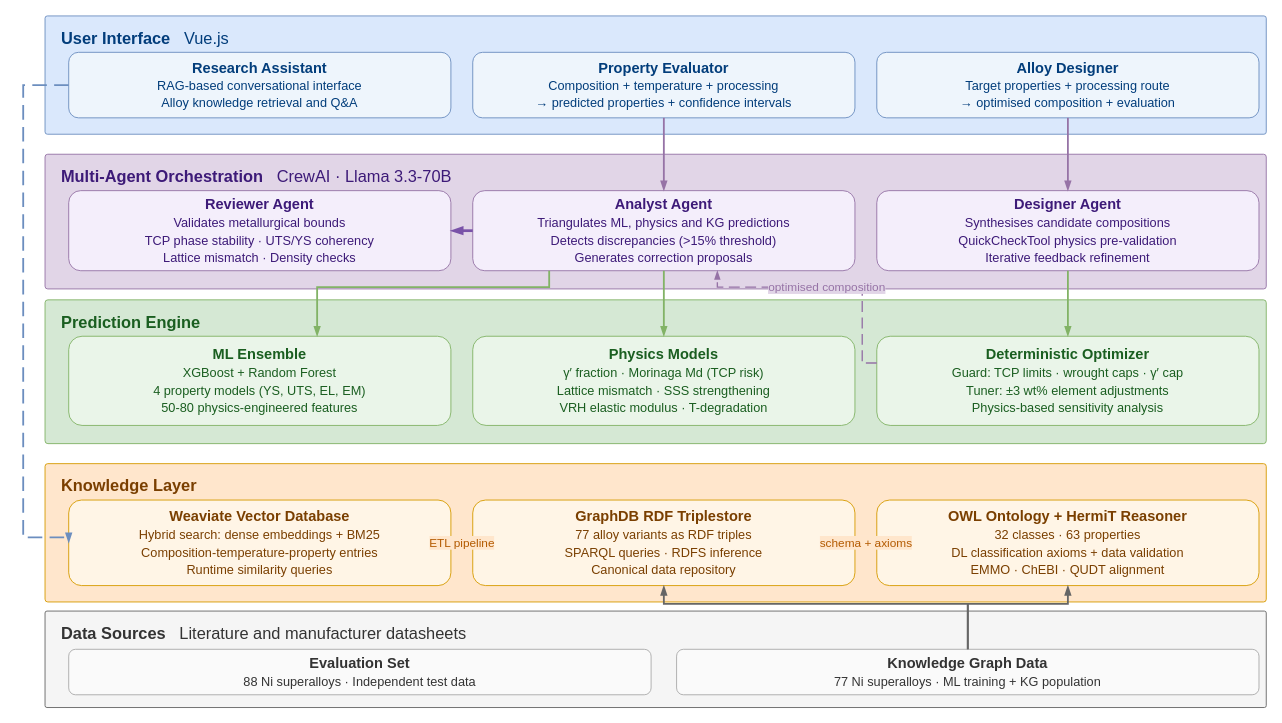
AlexLecu/AlloyGraph keeps this draw.io diagram as docs/paper/figures/fig1_system_architecture_big.drawio. Above is the earlier version. Source tidied: cells renumbered, new cells numbered last; positions are measured from the earlier drawing's top-left corner, leaving out a move shared by most shapes. Both pictures are drawn from the tidied source at 91%, with x=0, y=0 at pixel (23, 15).
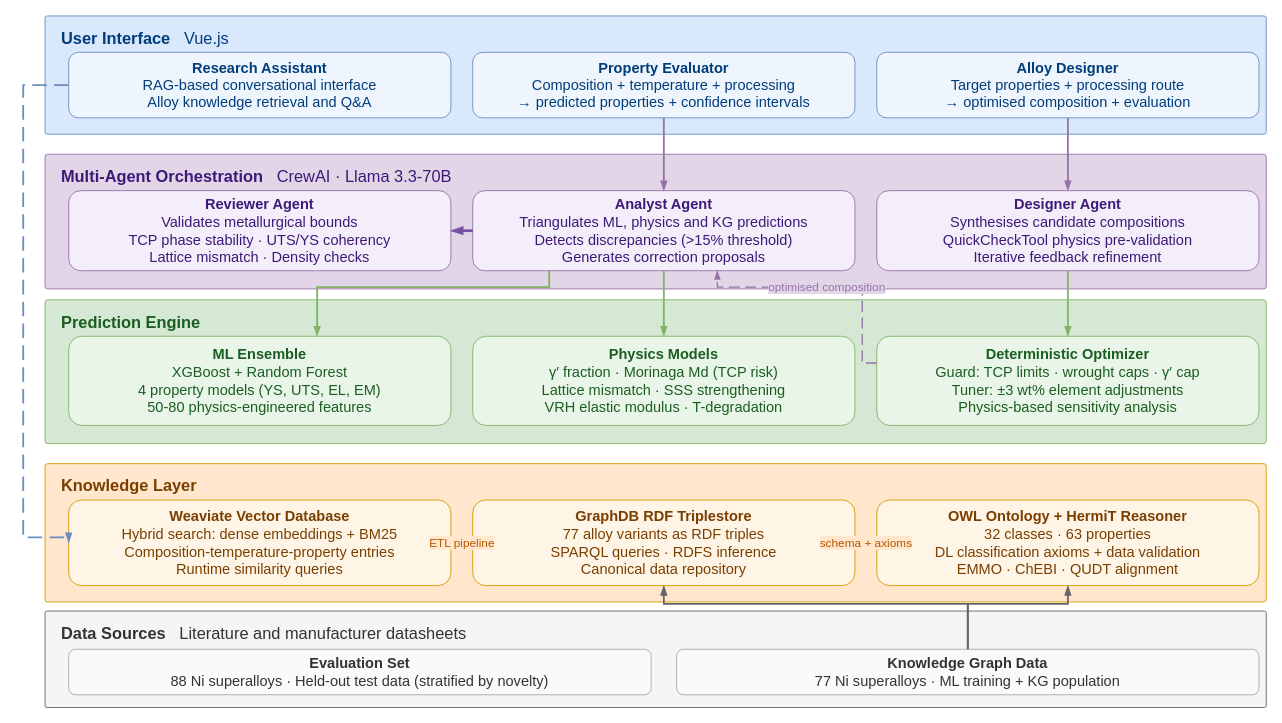
Above is the later version.

Commit message (it also covers changes not shown here):
paper: figure 1 says "held-out", not "independent"; detail type 14 -> 16 px

The edit, as a diff of the source:
```diff
@@
-    <mxCell id="3" value="&lt;b&gt;Research Assistant&lt;/b&gt;&lt;br&gt;&lt;font style='font-size:14px'&gt;RAG-based conversational interface&lt;br&gt;Alloy knowledge retrieval and Q&amp;amp;A&lt;/font&gt;" style="rounded=1;whiteSpace=wrap;html=1;fillColor=#eef5fc;strokeColor=#6c8ebf;fontColor=#023d7b;fontSize=16;" parent="1" vertex="1">
+    <mxCell id="3" value="&lt;b&gt;Research Assistant&lt;/b&gt;&lt;br&gt;&lt;font style='font-size:16px'&gt;RAG-based conversational interface&lt;br&gt;Alloy knowledge retrieval and Q&amp;amp;A&lt;/font&gt;" style="rounded=1;whiteSpace=wrap;html=1;fillColor=#eef5fc;strokeColor=#6c8ebf;fontColor=#023d7b;fontSize=16;" parent="1" vertex="1">
       <mxGeometry x="50" y="40" width="420" height="72" as="geometry" />
     </mxCell>
-    <mxCell id="4" value="&lt;b&gt;Property Evaluator&lt;/b&gt;&lt;br&gt;&lt;font style='font-size:14px'&gt;Composition + temperature + processing&lt;br&gt;→ predicted properties + confidence intervals&lt;/font&gt;" style="rounded=1;whiteSpace=wrap;html=1;fillColor=#eef5fc;strokeColor=#6c8ebf;fontColor=#023d7b;fontSize=16;" parent="1" vertex="1">
+    <mxCell id="4" value="&lt;b&gt;Property Evaluator&lt;/b&gt;&lt;br&gt;&lt;font style='font-size:16px'&gt;Composition + temperature + processing&lt;br&gt;→ predicted properties + confidence intervals&lt;/font&gt;" style="rounded=1;whiteSpace=wrap;html=1;fillColor=#eef5fc;strokeColor=#6c8ebf;fontColor=#023d7b;fontSize=16;" parent="1" vertex="1">
       <mxGeometry x="494" y="40" width="420" height="72" as="geometry" />
     </mxCell>
-    <mxCell id="5" value="&lt;b&gt;Alloy Designer&lt;/b&gt;&lt;br&gt;&lt;font style='font-size:14px'&gt;Target properties + processing route&lt;br&gt;→ optimised composition + evaluation&lt;/font&gt;" style="rounded=1;whiteSpace=wrap;html=1;fillColor=#eef5fc;strokeColor=#6c8ebf;fontColor=#023d7b;fontSize=16;" parent="1" vertex="1">
+    <mxCell id="5" value="&lt;b&gt;Alloy Designer&lt;/b&gt;&lt;br&gt;&lt;font style='font-size:16px'&gt;Target properties + processing route&lt;br&gt;→ optimised composition + evaluation&lt;/font&gt;" style="rounded=1;whiteSpace=wrap;html=1;fillColor=#eef5fc;strokeColor=#6c8ebf;fontColor=#023d7b;fontSize=16;" parent="1" vertex="1">
       <mxGeometry x="938" y="40" width="420" height="72" as="geometry" />
     </mxCell>
@@
-    <mxCell id="7" value="&lt;b&gt;Reviewer Agent&lt;/b&gt;&lt;br&gt;&lt;font style='font-size:14px'&gt;Validates metallurgical bounds&lt;br&gt;TCP phase stability · UTS/YS coherency&lt;br&gt;Lattice mismatch · Density checks&lt;/font&gt;" style="rounded=1;whiteSpace=wrap;html=1;fillColor=#f4eefb;strokeColor=#9673a6;fontColor=#3d1a78;fontSize=16;" parent="1" vertex="1">
+    <mxCell id="7" value="&lt;b&gt;Reviewer Agent&lt;/b&gt;&lt;br&gt;&lt;font style='font-size:16px'&gt;Validates metallurgical bounds&lt;br&gt;TCP phase stability · UTS/YS coherency&lt;br&gt;Lattice mismatch · Density checks&lt;/font&gt;" style="rounded=1;whiteSpace=wrap;html=1;fillColor=#f4eefb;strokeColor=#9673a6;fontColor=#3d1a78;fontSize=16;" parent="1" vertex="1">
       <mxGeometry x="50" y="192" width="420" height="88" as="geometry" />
     </mxCell>
-    <mxCell id="8" value="&lt;b&gt;Analyst Agent&lt;/b&gt;&lt;br&gt;&lt;font style='font-size:14px'&gt;Triangulates ML, physics and KG predictions&lt;br&gt;Detects discrepancies (&amp;gt;15% threshold)&lt;br&gt;Generates correction proposals&lt;/font&gt;" style="rounded=1;whiteSpace=wrap;html=1;fillColor=#f4eefb;strokeColor=#9673a6;fontColor=#3d1a78;fontSize=16;" parent="1" vertex="1">
+    <mxCell id="8" value="&lt;b&gt;Analyst Agent&lt;/b&gt;&lt;br&gt;&lt;font style='font-size:16px'&gt;Triangulates ML, physics and KG predictions&lt;br&gt;Detects discrepancies (&amp;gt;15% threshold)&lt;br&gt;Generates correction proposals&lt;/font&gt;" style="rounded=1;whiteSpace=wrap;html=1;fillColor=#f4eefb;strokeColor=#9673a6;fontColor=#3d1a78;fontSize=16;" parent="1" vertex="1">
       <mxGeometry x="494" y="192" width="420" height="88" as="geometry" />
     </mxCell>
-    <mxCell id="9" value="&lt;b&gt;Designer Agent&lt;/b&gt;&lt;br&gt;&lt;font style='font-size:14px'&gt;Synthesises candidate compositions&lt;br&gt;QuickCheckTool physics pre-validation&lt;br&gt;Iterative feedback refinement&lt;/font&gt;" style="rounded=1;whiteSpace=wrap;html=1;fillColor=#f4eefb;strokeColor=#9673a6;fontColor=#3d1a78;fontSize=16;" parent="1" vertex="1">
+    <mxCell id="9" value="&lt;b&gt;Designer Agent&lt;/b&gt;&lt;br&gt;&lt;font style='font-size:16px'&gt;Synthesises candidate compositions&lt;br&gt;QuickCheckTool physics pre-validation&lt;br&gt;Iterative feedback refinement&lt;/font&gt;" style="rounded=1;whiteSpace=wrap;html=1;fillColor=#f4eefb;strokeColor=#9673a6;fontColor=#3d1a78;fontSize=16;" parent="1" vertex="1">
       <mxGeometry x="938" y="192" width="420" height="88" as="geometry" />
     </mxCell>
@@
-    <mxCell id="12" value="&lt;b&gt;ML Ensemble&lt;/b&gt;&lt;br&gt;&lt;font style='font-size:14px'&gt;XGBoost + Random Forest&lt;br&gt;4 property models (YS, UTS, EL, EM)&lt;br&gt;50-80 physics-engineered features&lt;/font&gt;" style="rounded=1;whiteSpace=wrap;html=1;fillColor=#eaf5e9;strokeColor=#82b366;fontColor=#1a5e20;fontSize=16;" parent="1" vertex="1">
+    <mxCell id="12" value="&lt;b&gt;ML Ensemble&lt;/b&gt;&lt;br&gt;&lt;font style='font-size:16px'&gt;XGBoost + Random Forest&lt;br&gt;4 property models (YS, UTS, EL, EM)&lt;br&gt;50-80 physics-engineered features&lt;/font&gt;" style="rounded=1;whiteSpace=wrap;html=1;fillColor=#eaf5e9;strokeColor=#82b366;fontColor=#1a5e20;fontSize=16;" parent="1" vertex="1">
       <mxGeometry x="50" y="352" width="420" height="98" as="geometry" />
     </mxCell>
-    <mxCell id="13" value="&lt;b&gt;Physics Models&lt;/b&gt;&lt;br&gt;&lt;font style='font-size:14px'&gt;γ′ fraction · Morinaga Md (TCP risk)&lt;br&gt;Lattice mismatch · SSS strengthening&lt;br&gt;VRH elastic modulus · T-degradation&lt;/font&gt;" style="rounded=1;whiteSpace=wrap;html=1;fillColor=#eaf5e9;strokeColor=#82b366;fontColor=#1a5e20;fontSize=16;" parent="1" vertex="1">
+    <mxCell id="13" value="&lt;b&gt;Physics Models&lt;/b&gt;&lt;br&gt;&lt;font style='font-size:16px'&gt;γ′ fraction · Morinaga Md (TCP risk)&lt;br&gt;Lattice mismatch · SSS strengthening&lt;br&gt;VRH elastic modulus · T-degradation&lt;/font&gt;" style="rounded=1;whiteSpace=wrap;html=1;fillColor=#eaf5e9;strokeColor=#82b366;fontColor=#1a5e20;fontSize=16;" parent="1" vertex="1">
       <mxGeometry x="494" y="352" width="420" height="98" as="geometry" />
     </mxCell>
-    <mxCell id="14" value="&lt;b&gt;Deterministic Optimizer&lt;/b&gt;&lt;br&gt;&lt;font style='font-size:14px'&gt;Guard: TCP limits · wrought caps · γ′ cap&lt;br&gt;Tuner: ±3 wt% element adjustments&lt;br&gt;Physics-based sensitivity analysis&lt;/font&gt;" style="rounded=1;whiteSpace=wrap;html=1;fillColor=#eaf5e9;strokeColor=#82b366;fontColor=#1a5e20;fontSize=16;" parent="1" vertex="1">
+    <mxCell id="14" value="&lt;b&gt;Deterministic Optimizer&lt;/b&gt;&lt;br&gt;&lt;font style='font-size:16px'&gt;Guard: TCP limits · wrought caps · γ′ cap&lt;br&gt;Tuner: ±3 wt% element adjustments&lt;br&gt;Physics-based sensitivity analysis&lt;/font&gt;" style="rounded=1;whiteSpace=wrap;html=1;fillColor=#eaf5e9;strokeColor=#82b366;fontColor=#1a5e20;fontSize=16;" parent="1" vertex="1">
       <mxGeometry x="938" y="352" width="420" height="98" as="geometry" />
     </mxCell>
@@
-    <mxCell id="16" value="&lt;b&gt;Weaviate Vector Database&lt;/b&gt;&lt;br&gt;&lt;font style='font-size:14px'&gt;Hybrid search: dense embeddings + BM25&lt;br&gt;Composition-temperature-property entries&lt;br&gt;Runtime similarity queries&lt;/font&gt;" style="rounded=1;whiteSpace=wrap;html=1;fillColor=#fff5e6;strokeColor=#d79b00;fontColor=#7a3f00;fontSize=16;" parent="1" vertex="1">
+    <mxCell id="16" value="&lt;b&gt;Weaviate Vector Database&lt;/b&gt;&lt;br&gt;&lt;font style='font-size:16px'&gt;Hybrid search: dense embeddings + BM25&lt;br&gt;Composition-temperature-property entries&lt;br&gt;Runtime similarity queries&lt;/font&gt;" style="rounded=1;whiteSpace=wrap;html=1;fillColor=#fff5e6;strokeColor=#d79b00;fontColor=#7a3f00;fontSize=16;" parent="1" vertex="1">
       <mxGeometry x="50" y="532" width="420" height="94" as="geometry" />
     </mxCell>
-    <mxCell id="17" value="&lt;b&gt;GraphDB RDF Triplestore&lt;/b&gt;&lt;br&gt;&lt;font style='font-size:14px'&gt;77 alloy variants as RDF triples&lt;br&gt;SPARQL queries · RDFS inference&lt;br&gt;Canonical data repository&lt;/font&gt;" style="rounded=1;whiteSpace=wrap;html=1;fillColor=#fff5e6;strokeColor=#d79b00;fontColor=#7a3f00;fontSize=16;" parent="1" vertex="1">
+    <mxCell id="17" value="&lt;b&gt;GraphDB RDF Triplestore&lt;/b&gt;&lt;br&gt;&lt;font style='font-size:16px'&gt;77 alloy variants as RDF triples&lt;br&gt;SPARQL queries · RDFS inference&lt;br&gt;Canonical data repository&lt;/font&gt;" style="rounded=1;whiteSpace=wrap;html=1;fillColor=#fff5e6;strokeColor=#d79b00;fontColor=#7a3f00;fontSize=16;" parent="1" vertex="1">
       <mxGeometry x="494" y="532" width="420" height="94" as="geometry" />
     </mxCell>
-    <mxCell id="18" value="&lt;b&gt;OWL Ontology + HermiT Reasoner&lt;/b&gt;&lt;br&gt;&lt;font style='font-size:14px'&gt;32 classes · 63 properties&lt;br&gt;DL classification axioms + data validation&lt;br&gt;EMMO · ChEBI · QUDT alignment&lt;/font&gt;" style="rounded=1;whiteSpace=wrap;html=1;fillColor=#fff5e6;strokeColor=#d79b00;fontColor=#7a3f00;fontSize=16;" parent="1" vertex="1">
+    <mxCell id="18" value="&lt;b&gt;OWL Ontology + HermiT Reasoner&lt;/b&gt;&lt;br&gt;&lt;font style='font-size:16px'&gt;32 classes · 63 properties&lt;br&gt;DL classification axioms + data validation&lt;br&gt;EMMO · ChEBI · QUDT alignment&lt;/font&gt;" style="rounded=1;whiteSpace=wrap;html=1;fillColor=#fff5e6;strokeColor=#d79b00;fontColor=#7a3f00;fontSize=16;" parent="1" vertex="1">
       <mxGeometry x="938" y="532" width="420" height="94" as="geometry" />
     </mxCell>
@@
-    <mxCell id="20" value="&lt;b&gt;Evaluation Set&lt;/b&gt;&lt;br&gt;&lt;font style='font-size:14px'&gt;88 Ni superalloys · Independent test data&lt;/font&gt;" style="rounded=1;whiteSpace=wrap;html=1;fillColor=#fafafa;strokeColor=#aaaaaa;fontColor=#333333;fontSize=16;" parent="1" vertex="1">
+    <mxCell id="20" value="&lt;b&gt;Evaluation Set&lt;/b&gt;&lt;br&gt;&lt;font style='font-size:16px'&gt;88 Ni superalloys · Held-out test data (stratified by novelty)&lt;/font&gt;" style="rounded=1;whiteSpace=wrap;html=1;fillColor=#fafafa;strokeColor=#aaaaaa;fontColor=#333333;fontSize=16;" parent="1" vertex="1">
       <mxGeometry x="50" y="696" width="640" height="50" as="geometry" />
     </mxCell>
-    <mxCell id="21" value="&lt;b&gt;Knowledge Graph Data&lt;/b&gt;&lt;br&gt;&lt;font style='font-size:14px'&gt;77 Ni superalloys · ML training + KG population&lt;/font&gt;" style="rounded=1;whiteSpace=wrap;html=1;fillColor=#fafafa;strokeColor=#aaaaaa;fontColor=#333333;fontSize=16;" parent="1" vertex="1">
+    <mxCell id="21" value="&lt;b&gt;Knowledge Graph Data&lt;/b&gt;&lt;br&gt;&lt;font style='font-size:16px'&gt;77 Ni superalloys · ML training + KG population&lt;/font&gt;" style="rounded=1;whiteSpace=wrap;html=1;fillColor=#fafafa;strokeColor=#aaaaaa;fontColor=#333333;fontSize=16;" parent="1" vertex="1">
       <mxGeometry x="718" y="696" width="640" height="50" as="geometry" />
     </mxCell>
```
